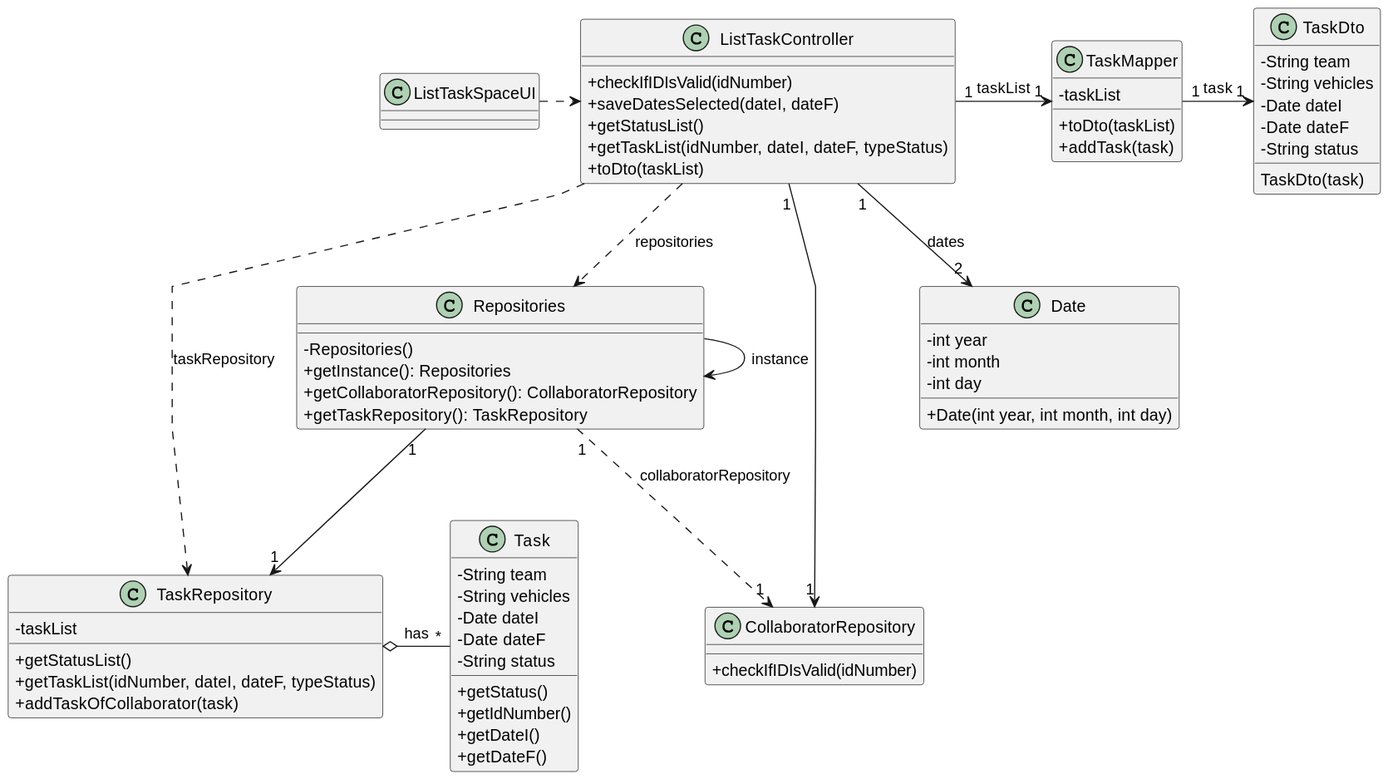
Before: docs/sprintC/us028/03.design/svg/us028-class-diagram.svg, a diagram exported from PlantUML (diogoveirospro/lei-24-s2-1dg-g072).
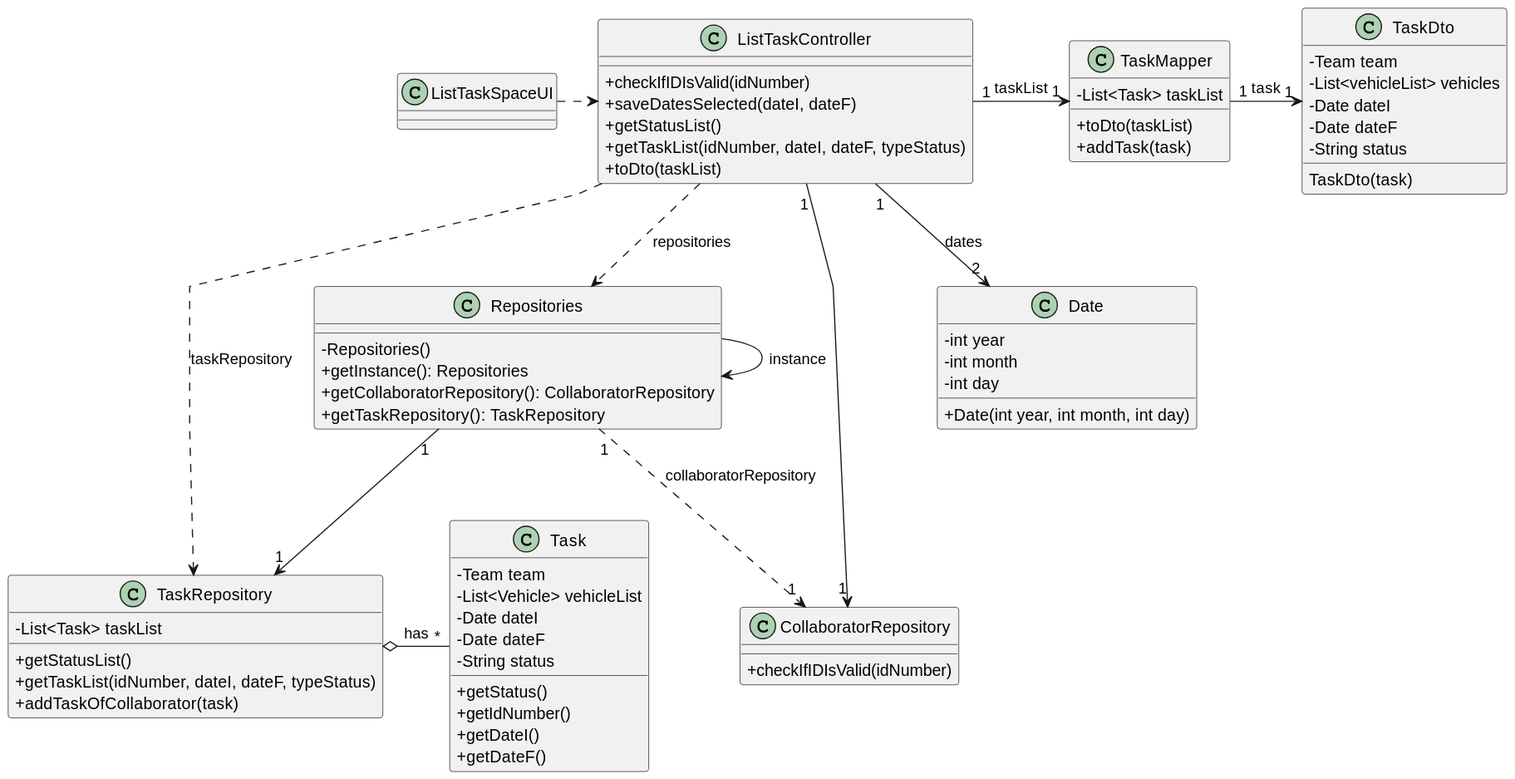
After the commit.

Diff of the diagram source:
```diff
@@ -8,14 +8,14 @@
 }
 
 class TaskMapper {
-    - taskList
+    - List<Task> taskList
     + toDto(taskList)
     + addTask(task)
 }
 
 class TaskDto {
-    - String team
-    - String vehicles
+    - Team team
+    - List<vehicleList> vehicles
     - Date dateI
     - Date dateF
     - String status
@@ -31,15 +31,15 @@
 }
 
 class TaskRepository {
-    - taskList
+    - List<Task> taskList
     + getStatusList()
     + getTaskList(idNumber, dateI, dateF, typeStatus)
     + addTaskOfCollaborator(task)
 }
 
 class Task {
-    - String team
-    - String vehicles
+    - Team team
+    - List<Vehicle> vehicleList
     - Date dateI
     - Date dateF
     - String status
```
